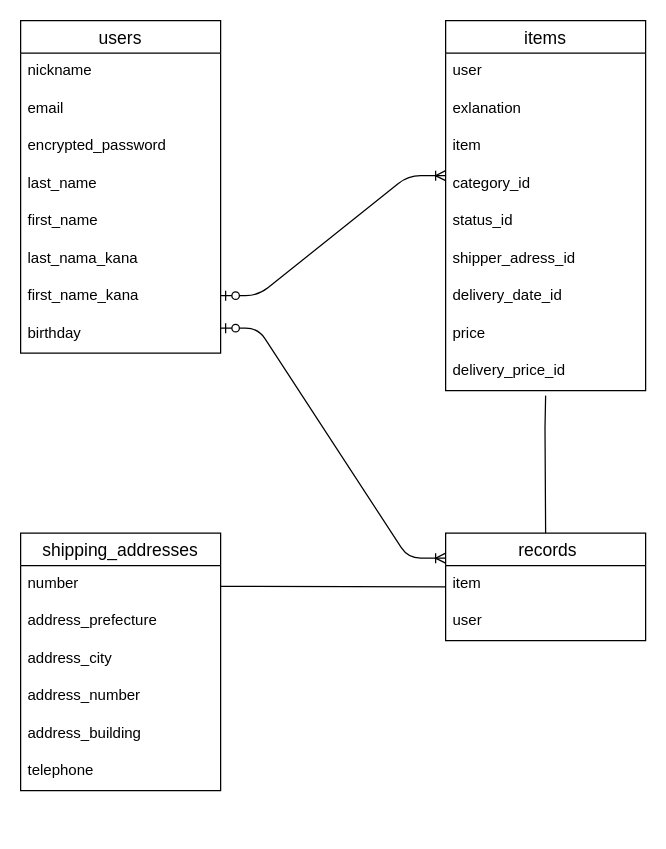
Above: draw.dio in yhirokane17/furima-39331 (draw.io), before the change. Source tidied: cells renumbered, new cells numbered last; positions are measured from the earlier drawing's top-left corner, leaving out a move shared by most shapes. Both pictures are drawn from the tidied source at 125%, with x=0, y=0 at pixel (20, 20).
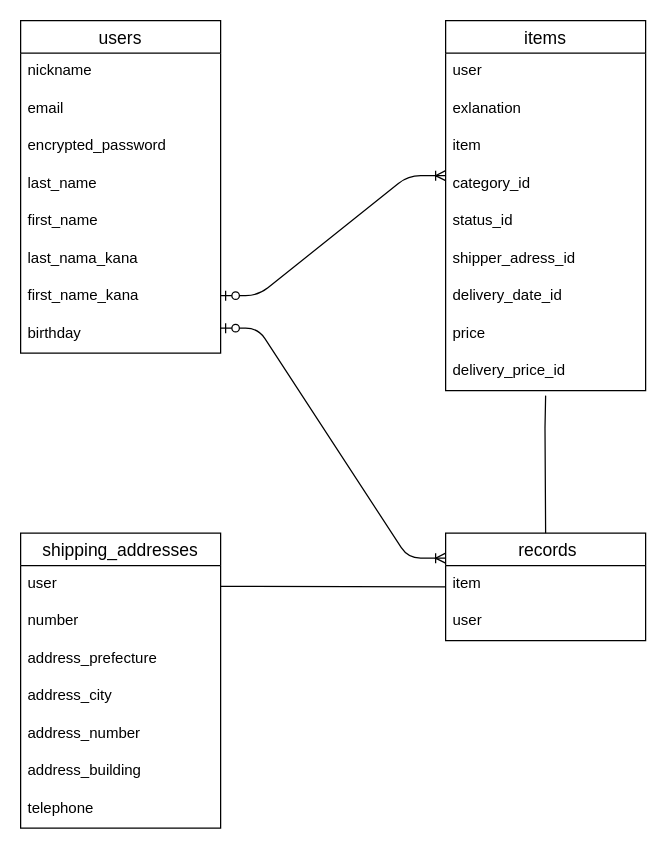
The same page after the edit.

Commit message (it also covers changes not shown here):
データベース修正③

The edit, as a diff of the source:
```diff
@@
     <mxCell id="24" value="shipping_addresses" style="swimlane;fontStyle=0;horizontal=1;startSize=26;align=center;fontSize=14;" parent="1" vertex="1">
-      <mxGeometry y="410" width="160" height="206" as="geometry" />
+      <mxGeometry y="410" width="160" height="236" as="geometry" />
     </mxCell>
-    <mxCell id="25" value="number" style="text;strokeColor=none;fillColor=none;spacingLeft=4;spacingRight=4;overflow=hidden;fontSize=12;" parent="24" vertex="1">
+    <mxCell id="25" value="user" style="text;strokeColor=none;fillColor=none;spacingLeft=4;spacingRight=4;overflow=hidden;fontSize=12;" parent="24" vertex="1">
       <mxGeometry y="26" width="160" height="30" as="geometry" />
     </mxCell>
+    <mxCell id="35" value="number" style="text;strokeColor=none;fillColor=none;spacingLeft=4;spacingRight=4;overflow=hidden;fontSize=12;" parent="24" vertex="1">
+      <mxGeometry y="56" width="160" height="30" as="geometry" />
+    </mxCell>
     <mxCell id="26" value="address_prefecture" style="text;strokeColor=none;fillColor=none;spacingLeft=4;spacingRight=4;overflow=hidden;fontSize=12;" parent="24" vertex="1">
-      <mxGeometry y="56" width="160" height="30" as="geometry" />
+      <mxGeometry y="86" width="160" height="30" as="geometry" />
     </mxCell>
     <mxCell id="27" value="address_city" style="text;strokeColor=none;fillColor=none;spacingLeft=4;spacingRight=4;overflow=hidden;fontSize=12;" parent="24" vertex="1">
-      <mxGeometry y="86" width="160" height="30" as="geometry" />
+      <mxGeometry y="116" width="160" height="30" as="geometry" />
     </mxCell>
     <mxCell id="28" value="address_number" style="text;strokeColor=none;fillColor=none;spacingLeft=4;spacingRight=4;overflow=hidden;fontSize=12;" parent="24" vertex="1">
-      <mxGeometry y="116" width="160" height="30" as="geometry" />
+      <mxGeometry y="146" width="160" height="30" as="geometry" />
     </mxCell>
     <mxCell id="29" value="address_building" style="text;strokeColor=none;fillColor=none;spacingLeft=4;spacingRight=4;overflow=hidden;fontSize=12;" parent="24" vertex="1">
-      <mxGeometry y="146" width="160" height="30" as="geometry" />
+      <mxGeometry y="176" width="160" height="30" as="geometry" />
     </mxCell>
     <mxCell id="30" value="telephone" style="text;strokeColor=none;fillColor=none;spacingLeft=4;spacingRight=4;overflow=hidden;fontSize=12;" parent="24" vertex="1">
-      <mxGeometry y="176" width="160" height="30" as="geometry" />
+      <mxGeometry y="206" width="160" height="30" as="geometry" />
     </mxCell>
```
